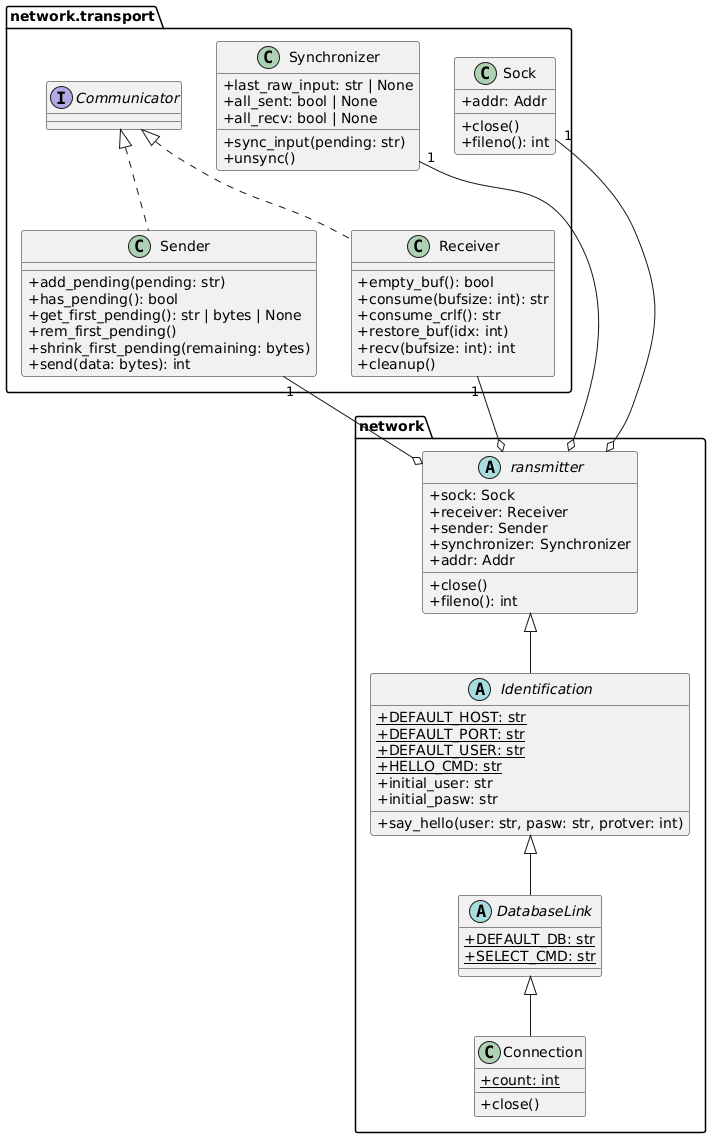
petru-braha/RC-application keeps this PlantUML diagram as doc/network/RC-application.network.png. Above is the earlier version.
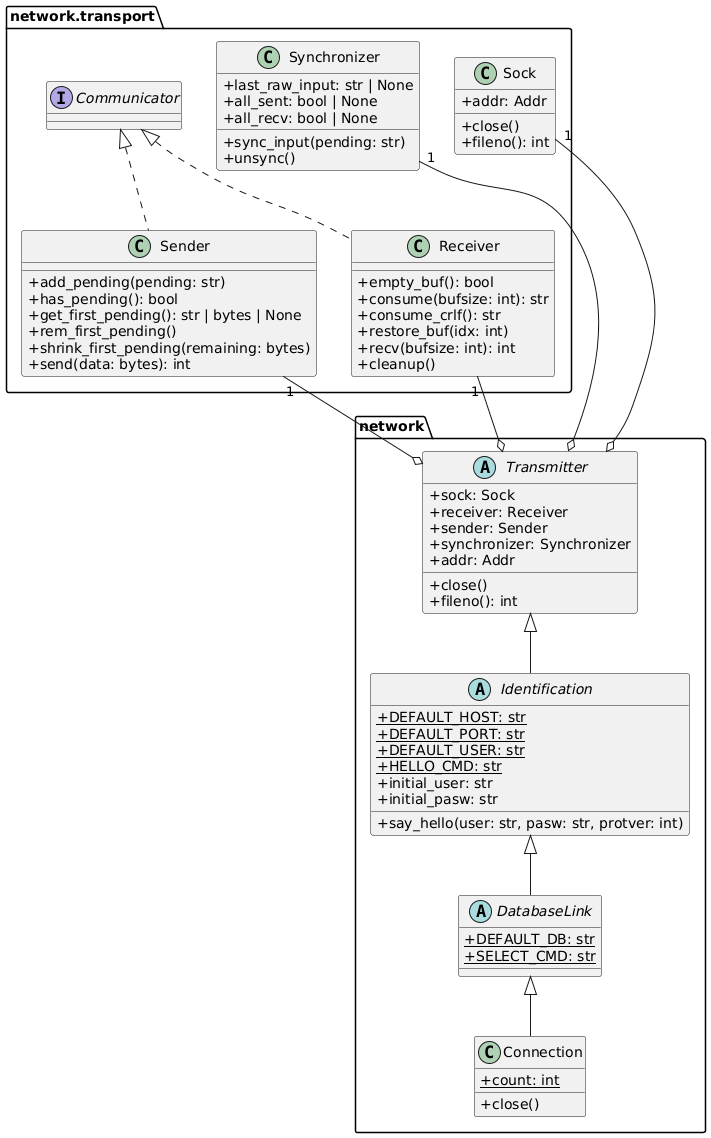
The same file after the commit.

The edit, as a diff of the source:
```diff
@@ -8,6 +8,14 @@
         + addr: Addr
         + close()
         + fileno(): int
+    }
+
+    class Synchronizer {
+        + last_raw_input: str | None
+        + all_sent: bool | None
+        + all_recv: bool | None
+        + sync_input(pending: str)
+        + unsync()
     }
 
     interface Communicator {
@@ -29,14 +37,6 @@
         + rem_first_pending()
         + shrink_first_pending(remaining: bytes)
         + send(data: bytes): int
-    }
-
-    class Synchronizer {
-        + last_raw_input: str | None
-        + all_sent: bool | None
-        + all_recv: bool | None
-        + sync_input(pending: str)
-        + unsync()
     }
 }
 
```
